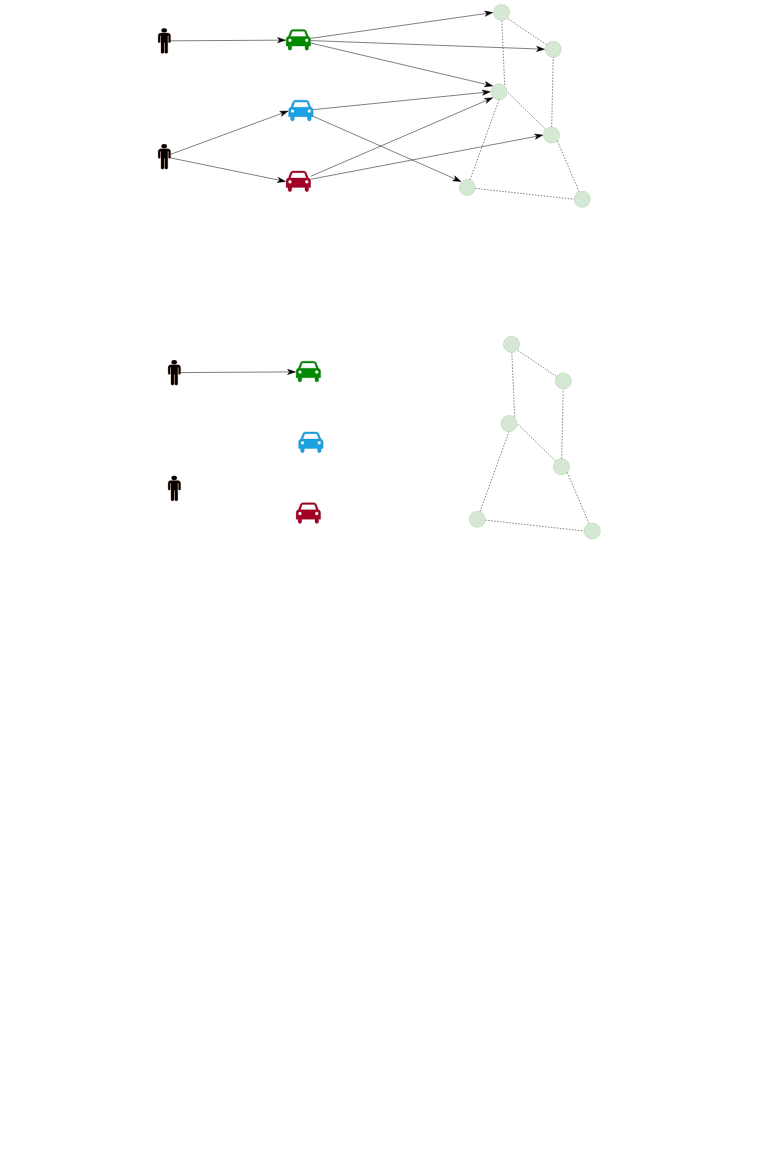
The draw.io diagram 车辆能耗预测.drawio in GPlaying/brain_map, before the edit. Source tidied: cells renumbered, new cells numbered last; positions are measured from the earlier drawing's top-left corner, leaving out a move shared by most shapes. Both pictures are drawn from the tidied source at 25%, with x=0, y=0 at pixel (158, 4).
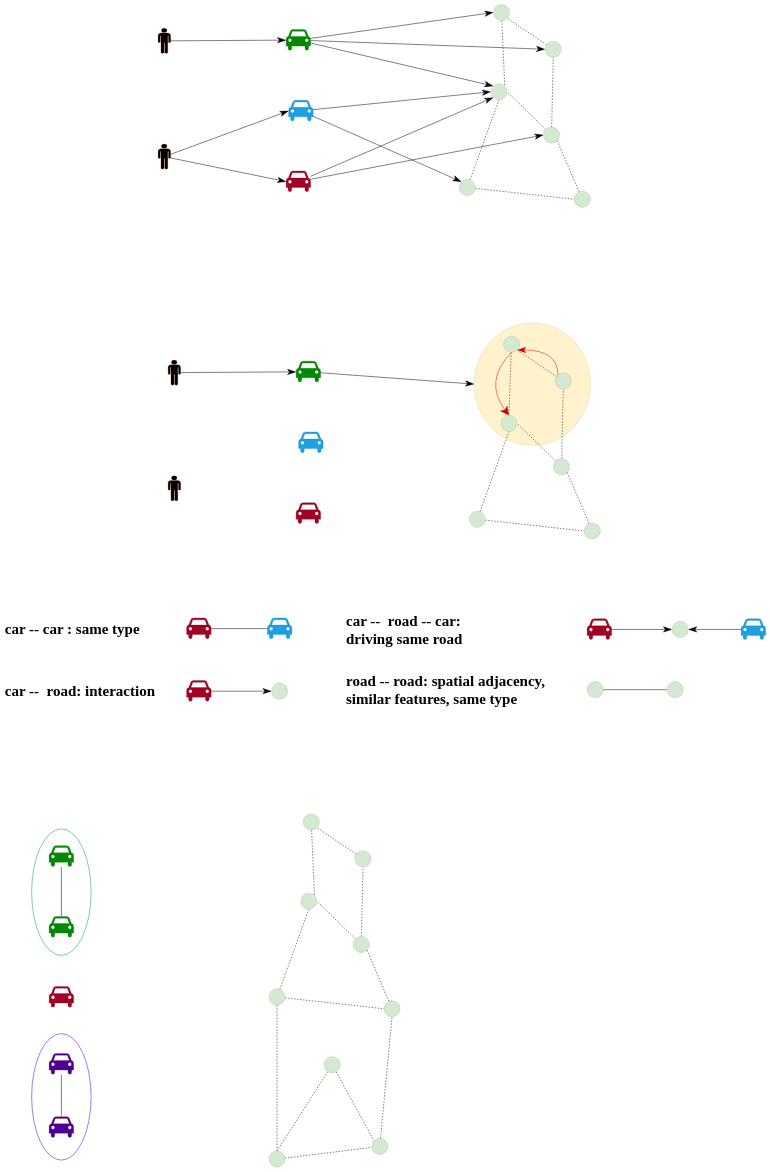
The same diagram, later.

Commit message (it also covers changes not shown here):
更新车辆能耗预测.drawio

The change refers to these unchanged cells:
```xml
<mxCell id="30" style="shape=mxgraph.signs.transportation.car_4;html=1;fillColor=#008a00;strokeColor=#005700;verticalLabelPosition=bottom;verticalAlign=top;align=center;fontColor=#ffffff;" parent="1" vertex="1">
  <mxGeometry x="552" y="1427" width="98" height="86" as="geometry" />
</mxCell>
<mxCell id="34" style="ellipse;whiteSpace=wrap;html=1;fillColor=#d5e8d4;strokeColor=#82b366;" parent="1" vertex="1">
  <mxGeometry x="1381" y="1327" width="65" height="65" as="geometry" />
</mxCell>
<mxCell id="36" style="ellipse;whiteSpace=wrap;html=1;fillColor=#d5e8d4;strokeColor=#82b366;" parent="1" vertex="1">
  <mxGeometry x="1588" y="1474" width="65" height="65" as="geometry" />
</mxCell>
<mxCell id="37" style="ellipse;whiteSpace=wrap;html=1;fillColor=#d5e8d4;strokeColor=#82b366;" parent="1" vertex="1">
  <mxGeometry x="1371" y="1644" width="65" height="65" as="geometry" />
</mxCell>
```

Diff of the diagram source:
```diff
@@
+    <mxCell id="49" style="ellipse;whiteSpace=wrap;html=1;fontFamily=Helvetica;fontSize=11;fontColor=#ffffff;strokeColor=#3700CC;strokeWidth=2;fillColor=none;" parent="1" vertex="1">
+      <mxGeometry x="-506" y="4117" width="238" height="506" as="geometry" />
+    </mxCell>
+    <mxCell id="50" style="ellipse;whiteSpace=wrap;html=1;fontFamily=Helvetica;fontSize=11;fontColor=default;strokeColor=#00994D;strokeWidth=2;" parent="1" vertex="1">
+      <mxGeometry x="-506" y="3298" width="238" height="506" as="geometry" />
+    </mxCell>
+    <mxCell id="51" style="ellipse;whiteSpace=wrap;html=1;fontFamily=Helvetica;fontSize=11;fillColor=#fff2cc;strokeColor=#d6b656;" parent="1" vertex="1">
+      <mxGeometry x="1264" y="1274" width="466" height="490" as="geometry" />
+    </mxCell>
@@
+    <mxCell id="52" style="edgeStyle=none;shape=connector;rounded=0;jettySize=auto;html=1;entryX=0;entryY=0.5;entryDx=0;entryDy=0;labelBackgroundColor=default;strokeColor=default;strokeWidth=2;align=center;verticalAlign=middle;fontFamily=Helvetica;fontSize=11;fontColor=default;startArrow=none;startFill=0;endArrow=classicThin;endFill=1;startSize=16;endSize=30;" parent="1" edge="1" source="30" target="51">
+      <mxGeometry relative="1" as="geometry" />
+    </mxCell>
@@
-    <mxCell id="33" style="edgeStyle=none;shape=connector;rounded=0;jettySize=auto;html=1;entryX=1;entryY=0;entryDx=0;entryDy=0;dashed=1;labelBackgroundColor=default;strokeColor=default;strokeWidth=2;align=center;verticalAlign=middle;fontFamily=Helvetica;fontSize=11;fontColor=default;endArrow=none;endFill=0;" parent="1" edge="1" source="34" target="37">
+    <mxCell id="33" style="edgeStyle=none;shape=connector;rounded=0;jettySize=auto;html=1;entryX=0.5;entryY=0;entryDx=0;entryDy=0;dashed=1;labelBackgroundColor=default;strokeColor=default;strokeWidth=2;align=center;verticalAlign=middle;fontFamily=Helvetica;fontSize=11;fontColor=default;endArrow=none;endFill=0;" parent="1" edge="1" source="34" target="37">
       <mxGeometry relative="1" as="geometry" />
     </mxCell>
@@
+    <mxCell id="53" style="edgeStyle=orthogonalEdgeStyle;shape=connector;rounded=0;jettySize=auto;html=1;entryX=1;entryY=1;entryDx=0;entryDy=0;labelBackgroundColor=default;strokeColor=#CC0000;strokeWidth=2;align=center;verticalAlign=middle;fontFamily=Helvetica;fontSize=11;fontColor=default;startArrow=none;startFill=0;endArrow=classicThin;endFill=1;startSize=16;endSize=30;curved=1;" parent="1" edge="1" source="36" target="34">
+      <mxGeometry relative="1" as="geometry">
+        <Array as="points">
+          <mxPoint x="1599" y="1383" />
+        </Array>
+      </mxGeometry>
+    </mxCell>
@@
+    <mxCell id="54" style="curved=1;endArrow=classic;html=1;rounded=0;labelBackgroundColor=default;strokeColor=#CC0000;strokeWidth=2;align=center;verticalAlign=middle;fontFamily=Helvetica;fontSize=11;fontColor=default;startSize=16;endSize=30;shape=connector;entryX=0.5;entryY=0;entryDx=0;entryDy=0;exitX=0.5;exitY=1;exitDx=0;exitDy=0;" parent="1" edge="1" source="34" target="37">
+      <mxGeometry relative="1" as="geometry">
+        <Array as="points">
+          <mxPoint x="1301" y="1507" />
+        </Array>
+      </mxGeometry>
+    </mxCell>
+    <mxCell id="55" style="shape=mxgraph.signs.transportation.car_4;html=1;fillColor=#a20025;strokeColor=#6F0000;verticalLabelPosition=bottom;verticalAlign=top;align=center;fontColor=#ffffff;" parent="1" vertex="1">
+      <mxGeometry x="114" y="2454" width="98" height="86" as="geometry" />
+    </mxCell>
+    <mxCell id="56" style="shape=mxgraph.signs.transportation.car_4;html=1;fillColor=#1ba1e2;strokeColor=#006EAF;verticalLabelPosition=bottom;verticalAlign=top;align=center;fontColor=#ffffff;" parent="1" vertex="1">
+      <mxGeometry x="437" y="2454" width="98" height="86" as="geometry" />
+    </mxCell>
+    <mxCell id="57" value="&lt;font size=&quot;1&quot; face=&quot;Times New Roman&quot;&gt;&lt;b style=&quot;font-size: 60px;&quot;&gt;car -- car : same type&lt;/b&gt;&lt;/font&gt;" style="text;html=1;strokeColor=none;fillColor=none;align=left;verticalAlign=middle;whiteSpace=wrap;rounded=0;fontSize=11;fontFamily=Helvetica;fontColor=default;" parent="1" vertex="1">
+      <mxGeometry x="-615" y="2417.8" width="595" height="158.5" as="geometry" />
+    </mxCell>
+    <mxCell id="58" value="&lt;font size=&quot;1&quot; face=&quot;Times New Roman&quot;&gt;&lt;b style=&quot;font-size: 60px;&quot;&gt;car --&amp;nbsp; road: interaction&amp;nbsp;&lt;/b&gt;&lt;/font&gt;" style="text;html=1;strokeColor=none;fillColor=none;align=left;verticalAlign=middle;whiteSpace=wrap;rounded=0;fontSize=11;fontFamily=Helvetica;fontColor=default;" parent="1" vertex="1">
+      <mxGeometry x="-615" y="2668" width="655" height="158.5" as="geometry" />
+    </mxCell>
+    <mxCell id="59" value="&lt;font size=&quot;1&quot; face=&quot;Times New Roman&quot;&gt;&lt;b style=&quot;font-size: 60px;&quot;&gt;car --&amp;nbsp; road -- car: driving same road&lt;/b&gt;&lt;/font&gt;" style="text;html=1;strokeColor=none;fillColor=none;align=left;verticalAlign=middle;whiteSpace=wrap;rounded=0;fontSize=11;fontFamily=Helvetica;fontColor=default;" parent="1" vertex="1">
+      <mxGeometry x="750" y="2421" width="655" height="158.5" as="geometry" />
+    </mxCell>
+    <mxCell id="60" value="&lt;font size=&quot;1&quot; face=&quot;Times New Roman&quot;&gt;&lt;b style=&quot;font-size: 60px;&quot;&gt;road -- road: spatial adjacency, similar features, same type&lt;/b&gt;&lt;/font&gt;" style="text;html=1;strokeColor=none;fillColor=none;align=left;verticalAlign=middle;whiteSpace=wrap;rounded=0;fontSize=11;fontFamily=Helvetica;fontColor=default;" parent="1" vertex="1">
+      <mxGeometry x="750" y="2662" width="841" height="158.5" as="geometry" />
+    </mxCell>
+    <mxCell id="61" style="edgeStyle=none;shape=connector;rounded=0;jettySize=auto;html=1;entryX=0;entryY=0.5;entryDx=0;entryDy=0;labelBackgroundColor=default;strokeColor=default;strokeWidth=2;align=center;verticalAlign=middle;fontFamily=Helvetica;fontSize=11;fontColor=default;startArrow=none;startFill=0;endArrow=classicThin;endFill=1;startSize=16;endSize=30;" parent="1" edge="1" source="62" target="63">
+      <mxGeometry relative="1" as="geometry" />
+    </mxCell>
+    <mxCell id="62" style="shape=mxgraph.signs.transportation.car_4;html=1;fillColor=#a20025;strokeColor=#6F0000;verticalLabelPosition=bottom;verticalAlign=top;align=center;fontColor=#ffffff;" parent="1" vertex="1">
+      <mxGeometry x="114" y="2704.2" width="98" height="86" as="geometry" />
+    </mxCell>
+    <mxCell id="63" style="ellipse;whiteSpace=wrap;html=1;fillColor=#d5e8d4;strokeColor=#82b366;" parent="1" vertex="1">
+      <mxGeometry x="453.5" y="2714.8" width="65" height="65" as="geometry" />
+    </mxCell>
+    <mxCell id="64" style="edgeStyle=none;shape=connector;rounded=0;jettySize=auto;html=1;entryX=0;entryY=0.5;entryDx=0;entryDy=0;entryPerimeter=0;labelBackgroundColor=default;strokeColor=default;strokeWidth=2;align=center;verticalAlign=middle;fontFamily=Helvetica;fontSize=11;fontColor=default;startArrow=none;startFill=0;endArrow=none;endFill=0;startSize=16;endSize=30;" parent="1" edge="1" source="55" target="56">
+      <mxGeometry relative="1" as="geometry" />
+    </mxCell>
+    <mxCell id="65" style="edgeStyle=none;shape=connector;rounded=0;jettySize=auto;html=1;entryX=0;entryY=0.5;entryDx=0;entryDy=0;labelBackgroundColor=default;strokeColor=default;strokeWidth=2;align=center;verticalAlign=middle;fontFamily=Helvetica;fontSize=11;fontColor=default;startArrow=none;startFill=0;endArrow=classicThin;endFill=1;startSize=16;endSize=30;" parent="1" edge="1" source="66" target="67">
+      <mxGeometry relative="1" as="geometry" />
+    </mxCell>
+    <mxCell id="66" style="shape=mxgraph.signs.transportation.car_4;html=1;fillColor=#a20025;strokeColor=#6F0000;verticalLabelPosition=bottom;verticalAlign=top;align=center;fontColor=#ffffff;" parent="1" vertex="1">
+      <mxGeometry x="1716" y="2457.2" width="98" height="86" as="geometry" />
+    </mxCell>
+    <mxCell id="67" style="ellipse;whiteSpace=wrap;html=1;fillColor=#d5e8d4;strokeColor=#82b366;" parent="1" vertex="1">
+      <mxGeometry x="2055.5" y="2467.8" width="65" height="65" as="geometry" />
+    </mxCell>
+    <mxCell id="68" style="edgeStyle=none;shape=connector;rounded=0;jettySize=auto;html=1;entryX=1;entryY=0.5;entryDx=0;entryDy=0;labelBackgroundColor=default;strokeColor=default;strokeWidth=2;align=center;verticalAlign=middle;fontFamily=Helvetica;fontSize=11;fontColor=default;startArrow=none;startFill=0;endArrow=classicThin;endFill=1;startSize=16;endSize=30;" parent="1" edge="1" source="69" target="67">
+      <mxGeometry relative="1" as="geometry" />
+    </mxCell>
+    <mxCell id="69" style="shape=mxgraph.signs.transportation.car_4;html=1;fillColor=#1ba1e2;strokeColor=#006EAF;verticalLabelPosition=bottom;verticalAlign=top;align=center;fontColor=#ffffff;" parent="1" vertex="1">
+      <mxGeometry x="2332" y="2457.2" width="98" height="86" as="geometry" />
+    </mxCell>
+    <mxCell id="70" style="ellipse;whiteSpace=wrap;html=1;fillColor=#d5e8d4;strokeColor=#82b366;" parent="1" vertex="1">
+      <mxGeometry x="1716" y="2708.8" width="65" height="65" as="geometry" />
+    </mxCell>
+    <mxCell id="71" style="edgeStyle=none;shape=connector;rounded=0;jettySize=auto;html=1;entryX=1;entryY=0.5;entryDx=0;entryDy=0;labelBackgroundColor=default;strokeColor=default;strokeWidth=2;align=center;verticalAlign=middle;fontFamily=Helvetica;fontSize=11;fontColor=default;startArrow=none;startFill=0;endArrow=none;endFill=0;startSize=16;endSize=30;" parent="1" edge="1" source="72" target="70">
+      <mxGeometry relative="1" as="geometry" />
+    </mxCell>
+    <mxCell id="72" style="ellipse;whiteSpace=wrap;html=1;fillColor=#d5e8d4;strokeColor=#82b366;" parent="1" vertex="1">
+      <mxGeometry x="2035.5" y="2708.8" width="65" height="65" as="geometry" />
+    </mxCell>
+    <mxCell id="73" style="shape=mxgraph.signs.transportation.car_4;html=1;fillColor=#008a00;strokeColor=#005700;verticalLabelPosition=bottom;verticalAlign=top;align=center;fontColor=#ffffff;" parent="1" vertex="1">
+      <mxGeometry x="-436" y="3365" width="98" height="86" as="geometry" />
+    </mxCell>
+    <mxCell id="74" style="shape=mxgraph.signs.transportation.car_4;html=1;fillColor=#008a00;strokeColor=#005700;verticalLabelPosition=bottom;verticalAlign=top;align=center;fontColor=#ffffff;" parent="1" vertex="1">
+      <mxGeometry x="-436" y="3648" width="98" height="86" as="geometry" />
+    </mxCell>
+    <mxCell id="75" style="shape=mxgraph.signs.transportation.car_4;html=1;fillColor=#a20025;strokeColor=#6F0000;verticalLabelPosition=bottom;verticalAlign=top;align=center;fontColor=#ffffff;" parent="1" vertex="1">
+      <mxGeometry x="-436" y="3928" width="98" height="86" as="geometry" />
+    </mxCell>
+    <mxCell id="76" style="shape=mxgraph.signs.transportation.car_4;html=1;fillColor=#4C0099;strokeColor=#6F0000;verticalLabelPosition=bottom;verticalAlign=top;align=center;fontColor=#ffffff;" parent="1" vertex="1">
+      <mxGeometry x="-436" y="4196" width="98" height="86" as="geometry" />
+    </mxCell>
+    <mxCell id="77" style="shape=mxgraph.signs.transportation.car_4;html=1;fillColor=#4C0099;strokeColor=#6F0000;verticalLabelPosition=bottom;verticalAlign=top;align=center;fontColor=#ffffff;" parent="1" vertex="1">
+      <mxGeometry x="-436" y="4449" width="98" height="86" as="geometry" />
+    </mxCell>
+    <mxCell id="78" style="edgeStyle=none;shape=connector;rounded=0;jettySize=auto;html=1;entryX=0.5;entryY=0;entryDx=0;entryDy=0;entryPerimeter=0;labelBackgroundColor=default;strokeColor=default;strokeWidth=2;align=center;verticalAlign=middle;fontFamily=Helvetica;fontSize=11;fontColor=default;startArrow=none;startFill=0;endArrow=none;endFill=0;startSize=16;endSize=30;" parent="1" edge="1" source="76" target="77">
+      <mxGeometry relative="1" as="geometry" />
+    </mxCell>
+    <mxCell id="79" style="edgeStyle=none;shape=connector;rounded=0;jettySize=auto;html=1;entryX=0.5;entryY=0;entryDx=0;entryDy=0;entryPerimeter=0;labelBackgroundColor=default;strokeColor=default;strokeWidth=2;align=center;verticalAlign=middle;fontFamily=Helvetica;fontSize=11;fontColor=default;startArrow=none;startFill=0;endArrow=none;endFill=0;startSize=16;endSize=30;" parent="1" edge="1" source="73" target="74">
+      <mxGeometry relative="1" as="geometry" />
+    </mxCell>
+    <mxCell id="80" style="edgeStyle=none;shape=connector;rounded=0;jettySize=auto;html=1;entryX=1;entryY=0;entryDx=0;entryDy=0;dashed=1;labelBackgroundColor=default;strokeColor=default;strokeWidth=2;align=center;verticalAlign=middle;fontFamily=Helvetica;fontSize=11;fontColor=default;endArrow=none;endFill=0;" parent="1" edge="1" source="81" target="84">
+      <mxGeometry relative="1" as="geometry" />
+    </mxCell>
+    <mxCell id="81" style="ellipse;whiteSpace=wrap;html=1;fillColor=#d5e8d4;strokeColor=#82b366;" parent="1" vertex="1">
+      <mxGeometry x="580" y="3238" width="65" height="65" as="geometry" />
+    </mxCell>
+    <mxCell id="82" style="edgeStyle=none;shape=connector;rounded=0;jettySize=auto;html=1;entryX=1;entryY=1;entryDx=0;entryDy=0;dashed=1;labelBackgroundColor=default;strokeColor=default;strokeWidth=2;align=center;verticalAlign=middle;fontFamily=Helvetica;fontSize=11;fontColor=default;endArrow=none;endFill=0;" parent="1" edge="1" source="83" target="81">
+      <mxGeometry relative="1" as="geometry" />
+    </mxCell>
+    <mxCell id="83" style="ellipse;whiteSpace=wrap;html=1;fillColor=#d5e8d4;strokeColor=#82b366;" parent="1" vertex="1">
+      <mxGeometry x="787" y="3385" width="65" height="65" as="geometry" />
+    </mxCell>
+    <mxCell id="84" style="ellipse;whiteSpace=wrap;html=1;fillColor=#d5e8d4;strokeColor=#82b366;" parent="1" vertex="1">
+      <mxGeometry x="570" y="3555" width="65" height="65" as="geometry" />
+    </mxCell>
+    <mxCell id="85" style="edgeStyle=none;shape=connector;rounded=0;jettySize=auto;html=1;entryX=1;entryY=0.5;entryDx=0;entryDy=0;dashed=1;labelBackgroundColor=default;strokeColor=default;strokeWidth=2;align=center;verticalAlign=middle;fontFamily=Helvetica;fontSize=11;fontColor=default;endArrow=none;endFill=0;" parent="1" edge="1" source="87" target="84">
+      <mxGeometry relative="1" as="geometry" />
+    </mxCell>
+    <mxCell id="86" style="edgeStyle=none;shape=connector;rounded=0;jettySize=auto;html=1;entryX=0.5;entryY=1;entryDx=0;entryDy=0;dashed=1;labelBackgroundColor=default;strokeColor=default;strokeWidth=2;align=center;verticalAlign=middle;fontFamily=Helvetica;fontSize=11;fontColor=default;endArrow=none;endFill=0;" parent="1" edge="1" source="87" target="83">
+      <mxGeometry relative="1" as="geometry" />
+    </mxCell>
+    <mxCell id="87" style="ellipse;whiteSpace=wrap;html=1;fillColor=#d5e8d4;strokeColor=#82b366;" parent="1" vertex="1">
+      <mxGeometry x="780" y="3728" width="65" height="65" as="geometry" />
+    </mxCell>
+    <mxCell id="88" style="rounded=0;jettySize=auto;html=1;entryX=0.5;entryY=1;entryDx=0;entryDy=0;endArrow=none;endFill=0;strokeWidth=2;dashed=1;" parent="1" edge="1" source="90" target="84">
+      <mxGeometry relative="1" as="geometry" />
+    </mxCell>
+    <mxCell id="89" style="edgeStyle=none;shape=connector;rounded=0;jettySize=auto;html=1;entryX=0;entryY=0.5;entryDx=0;entryDy=0;dashed=1;labelBackgroundColor=default;strokeColor=default;strokeWidth=2;align=center;verticalAlign=middle;fontFamily=Helvetica;fontSize=11;fontColor=default;endArrow=none;endFill=0;" parent="1" edge="1" source="90" target="92">
+      <mxGeometry relative="1" as="geometry" />
+    </mxCell>
+    <mxCell id="90" style="ellipse;whiteSpace=wrap;html=1;fillColor=#d5e8d4;strokeColor=#82b366;" parent="1" vertex="1">
+      <mxGeometry x="443" y="3938" width="65" height="65" as="geometry" />
+    </mxCell>
+    <mxCell id="91" style="edgeStyle=none;shape=connector;rounded=0;jettySize=auto;html=1;entryX=1;entryY=1;entryDx=0;entryDy=0;dashed=1;labelBackgroundColor=default;strokeColor=default;strokeWidth=2;align=center;verticalAlign=middle;fontFamily=Helvetica;fontSize=11;fontColor=default;endArrow=none;endFill=0;" parent="1" edge="1" source="92" target="87">
+      <mxGeometry relative="1" as="geometry" />
+    </mxCell>
+    <mxCell id="92" style="ellipse;whiteSpace=wrap;html=1;fillColor=#d5e8d4;strokeColor=#82b366;" parent="1" vertex="1">
+      <mxGeometry x="903" y="3985" width="65" height="65" as="geometry" />
+    </mxCell>
+    <mxCell id="93" style="edgeStyle=none;shape=connector;rounded=0;jettySize=auto;html=1;entryX=0.5;entryY=0;entryDx=0;entryDy=0;labelBackgroundColor=default;strokeColor=default;strokeWidth=2;align=center;verticalAlign=middle;fontFamily=Helvetica;fontSize=11;fontColor=default;startArrow=none;startFill=0;endArrow=none;endFill=0;startSize=16;endSize=30;dashed=1;" parent="1" edge="1" source="95" target="100">
+      <mxGeometry relative="1" as="geometry" />
+    </mxCell>
+    <mxCell id="94" style="edgeStyle=none;shape=connector;rounded=0;jettySize=auto;html=1;entryX=0;entryY=0;entryDx=0;entryDy=0;labelBackgroundColor=default;strokeColor=default;strokeWidth=2;align=center;verticalAlign=middle;fontFamily=Helvetica;fontSize=11;fontColor=default;startArrow=none;startFill=0;endArrow=none;endFill=0;startSize=16;endSize=30;dashed=1;" parent="1" edge="1" source="95" target="97">
+      <mxGeometry relative="1" as="geometry" />
+    </mxCell>
+    <mxCell id="95" style="ellipse;whiteSpace=wrap;html=1;fillColor=#d5e8d4;strokeColor=#82b366;" parent="1" vertex="1">
+      <mxGeometry x="664" y="4209" width="65" height="65" as="geometry" />
+    </mxCell>
+    <mxCell id="96" style="edgeStyle=none;shape=connector;rounded=0;jettySize=auto;html=1;entryX=0.5;entryY=1;entryDx=0;entryDy=0;labelBackgroundColor=default;strokeColor=default;strokeWidth=2;align=center;verticalAlign=middle;fontFamily=Helvetica;fontSize=11;fontColor=default;startArrow=none;startFill=0;endArrow=none;endFill=0;startSize=16;endSize=30;dashed=1;" parent="1" edge="1" source="97" target="92">
+      <mxGeometry relative="1" as="geometry" />
+    </mxCell>
+    <mxCell id="97" style="ellipse;whiteSpace=wrap;html=1;fillColor=#d5e8d4;strokeColor=#82b366;" parent="1" vertex="1">
+      <mxGeometry x="854" y="4536" width="65" height="65" as="geometry" />
+    </mxCell>
+    <mxCell id="98" style="edgeStyle=none;shape=connector;rounded=0;jettySize=auto;html=1;entryX=0.5;entryY=1;entryDx=0;entryDy=0;labelBackgroundColor=default;strokeColor=default;strokeWidth=2;align=center;verticalAlign=middle;fontFamily=Helvetica;fontSize=11;fontColor=default;startArrow=none;startFill=0;endArrow=none;endFill=0;startSize=16;endSize=30;dashed=1;" parent="1" edge="1" source="100" target="90">
+      <mxGeometry relative="1" as="geometry" />
+    </mxCell>
+    <mxCell id="99" style="edgeStyle=none;shape=connector;rounded=0;jettySize=auto;html=1;labelBackgroundColor=default;strokeColor=default;strokeWidth=2;align=center;verticalAlign=middle;fontFamily=Helvetica;fontSize=11;fontColor=default;startArrow=none;startFill=0;endArrow=none;endFill=0;startSize=16;endSize=30;dashed=1;" parent="1" edge="1" source="100" target="97">
+      <mxGeometry relative="1" as="geometry" />
+    </mxCell>
+    <mxCell id="100" style="ellipse;whiteSpace=wrap;html=1;fillColor=#d5e8d4;strokeColor=#82b366;" parent="1" vertex="1">
+      <mxGeometry x="443" y="4586" width="65" height="65" as="geometry" />
+    </mxCell>
```
